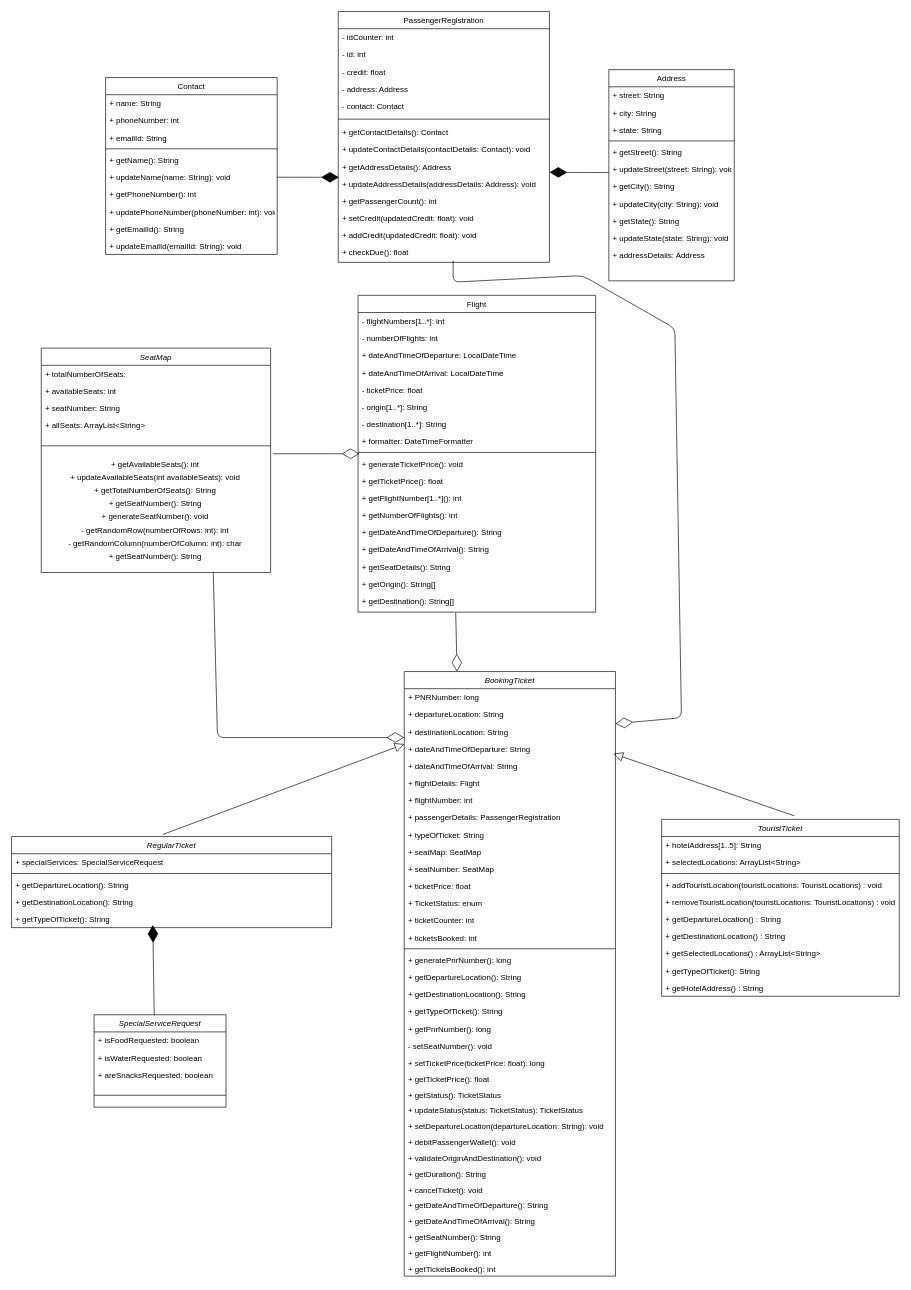
Above: Flight Reservation System.drawio in SaiArjunL/Flight-Reservation-System (draw.io), before the change. Source tidied: cells renumbered, new cells numbered last; positions are measured from the earlier drawing's top-left corner, leaving out a move shared by most shapes. Both pictures are drawn from the tidied source at 66%, with x=0, y=0 at pixel (11, 11).
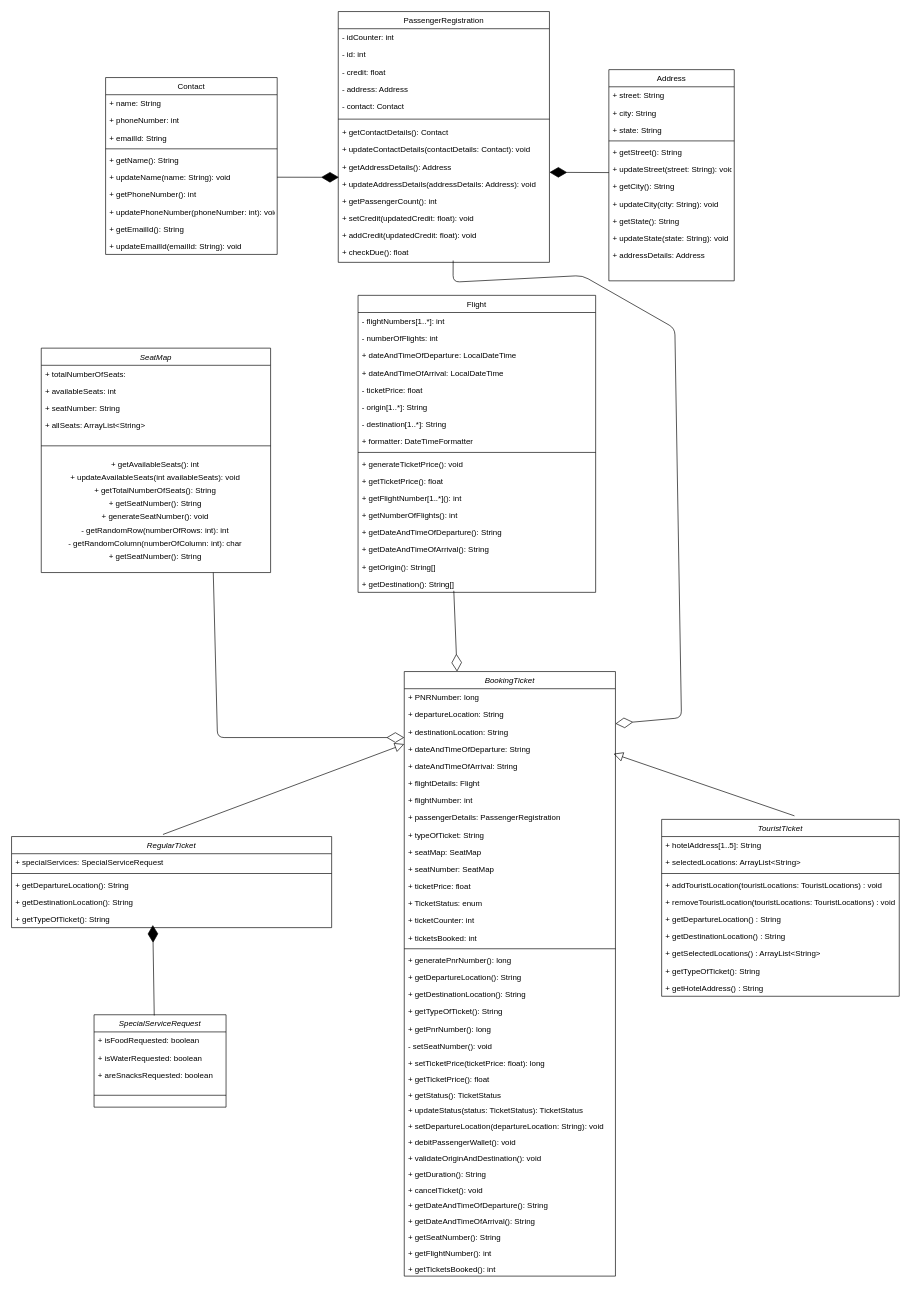
Above is the later version.

The change refers to these unchanged cells:
```xml
<mxCell id="62" value="BookingTicket" style="swimlane;fontStyle=2;align=center;verticalAlign=top;horizontal=1;startSize=26;rounded=0;shadow=0;strokeWidth=1;" parent="1" vertex="1">
  <mxGeometry x="595" y="1000" width="320" height="916" as="geometry" />
</mxCell>
<mxCell id="112" value="+ generateTicketPrice(): void" style="text;align=left;verticalAlign=top;spacingLeft=4;spacingRight=4;overflow=hidden;points=[[0,0.5],[1,0.5]];portConstraint=eastwest;" parent="102" vertex="1">
  <mxGeometry y="242" width="360" height="26" as="geometry" />
</mxCell>
```

Change to the diagram source:
```diff
@@
     <mxCell id="102" value="Flight" style="swimlane;fontStyle=0;align=center;verticalAlign=top;horizontal=1;startSize=26;rounded=0;shadow=0;strokeWidth=1;" parent="1" vertex="1">
-      <mxGeometry x="525" y="430" width="360" height="480" as="geometry" />
+      <mxGeometry x="525" y="430" width="360" height="450" as="geometry" />
     </mxCell>
@@
-    <mxCell id="118" value="+ getSeatDetails(): String" style="text;align=left;verticalAlign=top;spacingLeft=4;spacingRight=4;overflow=hidden;" parent="102" vertex="1">
-      <mxGeometry y="398" width="360" height="26" as="geometry" />
-    </mxCell>
     <mxCell id="119" value="+ getOrigin(): String[]" style="text;align=left;verticalAlign=top;spacingLeft=4;spacingRight=4;overflow=hidden;" parent="102" vertex="1">
-      <mxGeometry y="424" width="360" height="26" as="geometry" />
+      <mxGeometry y="398" width="360" height="26" as="geometry" />
     </mxCell>
     <mxCell id="120" value="+ getDestination(): String[]" style="text;align=left;verticalAlign=top;spacingLeft=4;spacingRight=4;overflow=hidden;points=[[0,0.5],[1,0.5]];portConstraint=eastwest;" parent="102" vertex="1">
-      <mxGeometry y="450" width="360" height="26" as="geometry" />
+      <mxGeometry y="424" width="360" height="26" as="geometry" />
     </mxCell>
@@
-    <mxCell id="135" style="endArrow=diamondThin;endFill=0;endSize=24;html=1;entryX=0.25;entryY=0;entryDx=0;entryDy=0;exitX=0.411;exitY=1.188;exitDx=0;exitDy=0;exitPerimeter=0;" parent="1" edge="1" source="120" target="62">
+    <mxCell id="135" style="endArrow=diamondThin;endFill=0;endSize=24;html=1;entryX=0.25;entryY=0;entryDx=0;entryDy=0;exitX=0.403;exitY=0.908;exitDx=0;exitDy=0;exitPerimeter=0;" parent="1" edge="1" source="120" target="62">
       <mxGeometry relative="1" as="geometry" />
     </mxCell>
@@
-    <mxCell id="137" style="endArrow=diamondThin;endFill=0;endSize=24;html=1;entryX=0.006;entryY=-0.079;entryDx=0;entryDy=0;entryPerimeter=0;" parent="1" edge="1" target="112">
-      <mxGeometry relative="1" as="geometry">
-        <mxPoint x="396" y="670" as="sourcePoint" />
-      </mxGeometry>
-    </mxCell>
```
